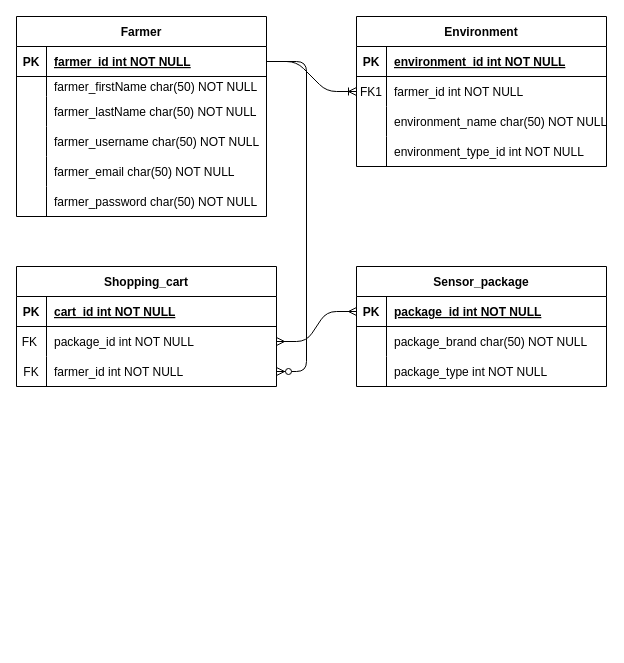
The draw.io diagram ER-APP-Diagram.drawio in FarmENV/ER-Diagrams, before the edit. Source tidied: cells renumbered, new cells numbered last; positions are measured from the earlier drawing's top-left corner, leaving out a move shared by most shapes. Both pictures are drawn from the tidied source at 100%, with x=0, y=0 at pixel (16, 16).
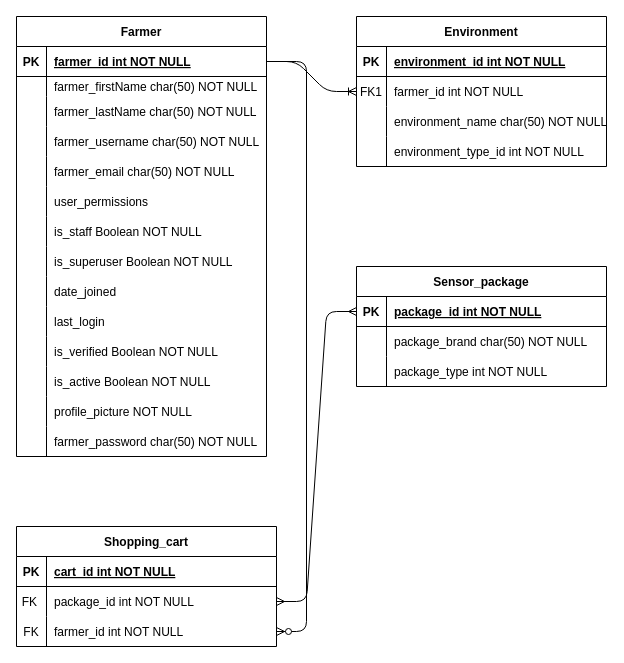
After the change.

What changed in the source:
```diff
@@
     <mxCell id="15" value="Farmer" style="shape=table;startSize=30;childLayout=tableLayout;rowLines=0;fontStyle=1;align=center;" parent="1" vertex="1">
-      <mxGeometry width="250" height="200" as="geometry" />
+      <mxGeometry width="250" height="440" as="geometry" />
     </mxCell>
@@
+    <mxCell id="57" style="shape=partialRectangle;fillColor=none;top=0;left=0;bottom=0;right=0;" parent="15" vertex="1">
+      <mxGeometry y="170" width="250" height="30" as="geometry" />
+    </mxCell>
+    <mxCell id="58" style="shape=partialRectangle;fillColor=none;top=0;left=0;bottom=0;right=0;overflow=hidden;" parent="57" vertex="1">
+      <mxGeometry width="30" height="30" as="geometry" />
+    </mxCell>
+    <mxCell id="59" value="user_permissions " style="shape=partialRectangle;fillColor=none;top=0;left=0;bottom=0;right=0;align=left;spacingLeft=6;overflow=hidden;" parent="57" vertex="1">
+      <mxGeometry x="30" width="220" height="30" as="geometry" />
+    </mxCell>
+    <mxCell id="60" style="shape=partialRectangle;fillColor=none;top=0;left=0;bottom=0;right=0;" parent="15" vertex="1">
+      <mxGeometry y="200" width="250" height="30" as="geometry" />
+    </mxCell>
+    <mxCell id="61" style="shape=partialRectangle;fillColor=none;top=0;left=0;bottom=0;right=0;overflow=hidden;" parent="60" vertex="1">
+      <mxGeometry width="30" height="30" as="geometry" />
+    </mxCell>
+    <mxCell id="62" value="is_staff Boolean NOT NULL" style="shape=partialRectangle;fillColor=none;top=0;left=0;bottom=0;right=0;align=left;spacingLeft=6;overflow=hidden;" parent="60" vertex="1">
+      <mxGeometry x="30" width="220" height="30" as="geometry" />
+    </mxCell>
+    <mxCell id="63" style="shape=partialRectangle;fillColor=none;top=0;left=0;bottom=0;right=0;" parent="15" vertex="1">
+      <mxGeometry y="230" width="250" height="30" as="geometry" />
+    </mxCell>
+    <mxCell id="64" style="shape=partialRectangle;fillColor=none;top=0;left=0;bottom=0;right=0;overflow=hidden;" parent="63" vertex="1">
+      <mxGeometry width="30" height="30" as="geometry" />
+    </mxCell>
+    <mxCell id="65" value="is_superuser Boolean NOT NULL" style="shape=partialRectangle;fillColor=none;top=0;left=0;bottom=0;right=0;align=left;spacingLeft=6;overflow=hidden;" parent="63" vertex="1">
+      <mxGeometry x="30" width="220" height="30" as="geometry" />
+    </mxCell>
+    <mxCell id="66" style="shape=partialRectangle;fillColor=none;top=0;left=0;bottom=0;right=0;" parent="15" vertex="1">
+      <mxGeometry y="260" width="250" height="30" as="geometry" />
+    </mxCell>
+    <mxCell id="67" style="shape=partialRectangle;fillColor=none;top=0;left=0;bottom=0;right=0;overflow=hidden;" parent="66" vertex="1">
+      <mxGeometry width="30" height="30" as="geometry" />
+    </mxCell>
+    <mxCell id="68" value="date_joined" style="shape=partialRectangle;fillColor=none;top=0;left=0;bottom=0;right=0;align=left;spacingLeft=6;overflow=hidden;" parent="66" vertex="1">
+      <mxGeometry x="30" width="220" height="30" as="geometry" />
+    </mxCell>
+    <mxCell id="69" style="shape=partialRectangle;fillColor=none;top=0;left=0;bottom=0;right=0;" parent="15" vertex="1">
+      <mxGeometry y="290" width="250" height="30" as="geometry" />
+    </mxCell>
+    <mxCell id="70" style="shape=partialRectangle;fillColor=none;top=0;left=0;bottom=0;right=0;overflow=hidden;" parent="69" vertex="1">
+      <mxGeometry width="30" height="30" as="geometry" />
+    </mxCell>
+    <mxCell id="71" value="last_login" style="shape=partialRectangle;fillColor=none;top=0;left=0;bottom=0;right=0;align=left;spacingLeft=6;overflow=hidden;" parent="69" vertex="1">
+      <mxGeometry x="30" width="220" height="30" as="geometry" />
+    </mxCell>
+    <mxCell id="72" style="shape=partialRectangle;fillColor=none;top=0;left=0;bottom=0;right=0;" parent="15" vertex="1">
+      <mxGeometry y="320" width="250" height="30" as="geometry" />
+    </mxCell>
+    <mxCell id="73" style="shape=partialRectangle;fillColor=none;top=0;left=0;bottom=0;right=0;overflow=hidden;" parent="72" vertex="1">
+      <mxGeometry width="30" height="30" as="geometry" />
+    </mxCell>
+    <mxCell id="74" value="is_verified Boolean NOT NULL" style="shape=partialRectangle;fillColor=none;top=0;left=0;bottom=0;right=0;align=left;spacingLeft=6;overflow=hidden;" parent="72" vertex="1">
+      <mxGeometry x="30" width="220" height="30" as="geometry" />
+    </mxCell>
+    <mxCell id="75" style="shape=partialRectangle;fillColor=none;top=0;left=0;bottom=0;right=0;" parent="15" vertex="1">
+      <mxGeometry y="350" width="250" height="30" as="geometry" />
+    </mxCell>
+    <mxCell id="76" style="shape=partialRectangle;fillColor=none;top=0;left=0;bottom=0;right=0;overflow=hidden;" parent="75" vertex="1">
+      <mxGeometry width="30" height="30" as="geometry" />
+    </mxCell>
+    <mxCell id="77" value="is_active Boolean NOT NULL" style="shape=partialRectangle;fillColor=none;top=0;left=0;bottom=0;right=0;align=left;spacingLeft=6;overflow=hidden;" parent="75" vertex="1">
+      <mxGeometry x="30" width="220" height="30" as="geometry" />
+    </mxCell>
+    <mxCell id="78" style="shape=partialRectangle;fillColor=none;top=0;left=0;bottom=0;right=0;" parent="15" vertex="1">
+      <mxGeometry y="380" width="250" height="30" as="geometry" />
+    </mxCell>
+    <mxCell id="79" style="shape=partialRectangle;fillColor=none;top=0;left=0;bottom=0;right=0;overflow=hidden;" parent="78" vertex="1">
+      <mxGeometry width="30" height="30" as="geometry" />
+    </mxCell>
+    <mxCell id="80" value="profile_picture NOT NULL" style="shape=partialRectangle;fillColor=none;top=0;left=0;bottom=0;right=0;align=left;spacingLeft=6;overflow=hidden;" parent="78" vertex="1">
+      <mxGeometry x="30" width="220" height="30" as="geometry" />
+    </mxCell>
     <mxCell id="31" style="shape=partialRectangle;fillColor=none;top=0;left=0;bottom=0;right=0;" parent="15" vertex="1">
-      <mxGeometry y="170" width="250" height="30" as="geometry" />
+      <mxGeometry y="410" width="250" height="30" as="geometry" />
     </mxCell>
@@
     <mxCell id="35" value="Shopping_cart" style="shape=table;startSize=30;childLayout=tableLayout;rowLines=0;fontStyle=1;align=center;" parent="1" vertex="1">
-      <mxGeometry y="250" width="260" height="120" as="geometry" />
+      <mxGeometry y="510" width="260" height="120" as="geometry" />
     </mxCell>
```
